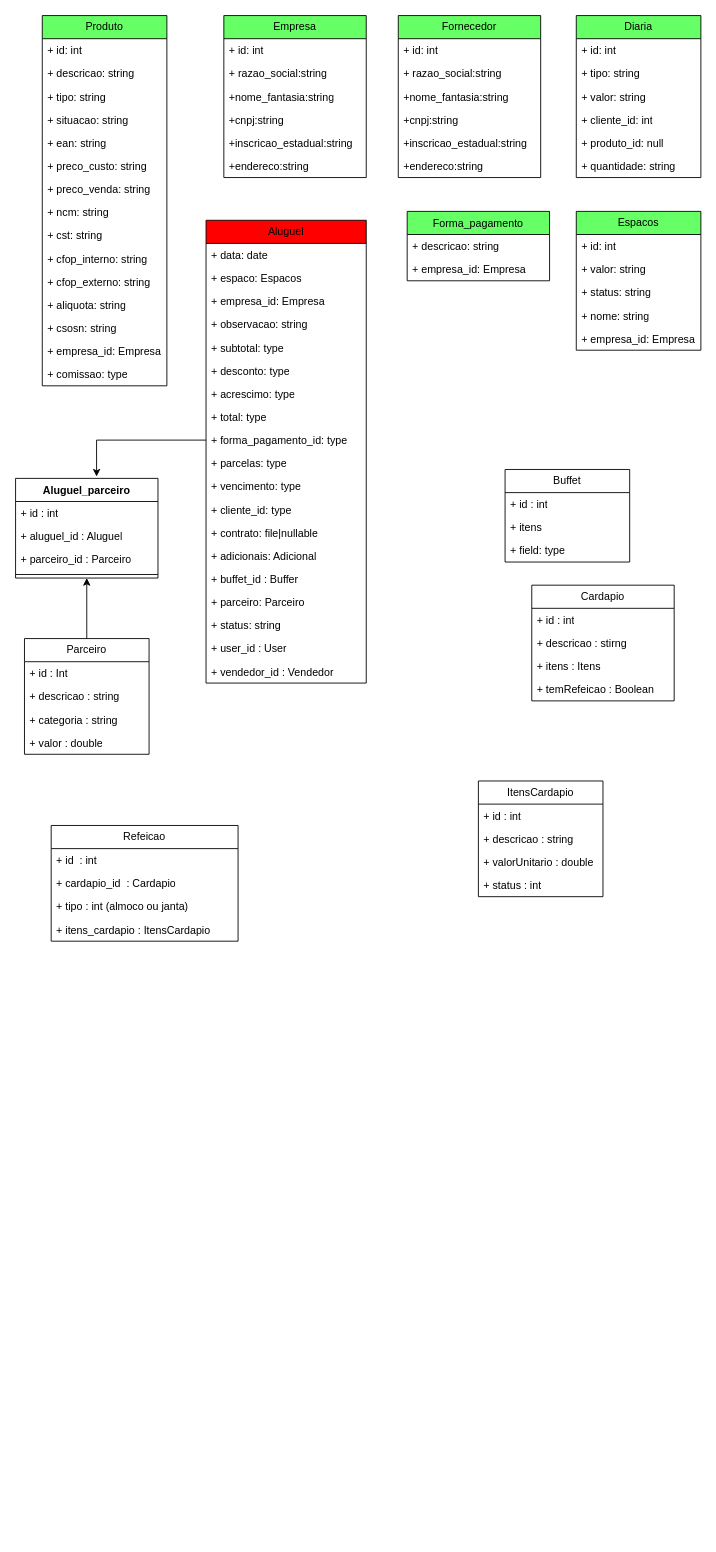
Before: page "Lago" (3 of 6) of Tabelas.drawio in FSOFTSistemas/lago_sao_francisco, a draw.io diagram. Source tidied: cells renumbered, new cells numbered last; positions are measured from the earlier drawing's top-left corner, leaving out a move shared by most shapes. Both pictures are drawn from the tidied source at 89%, with x=0, y=0 at pixel (15, 15).
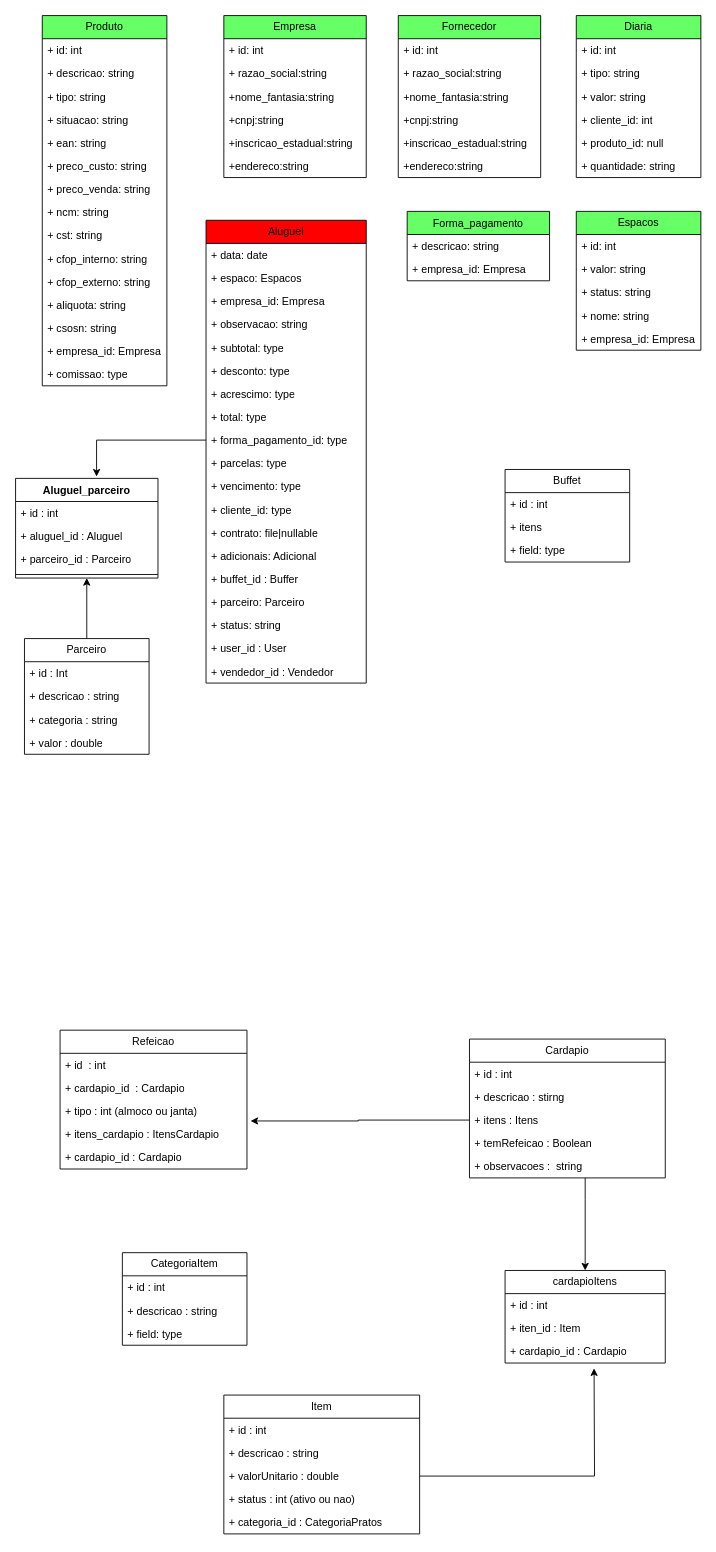
Above is the later version.

The change refers to these unchanged cells:
```xml
<mxCell id="93" value="+ itens_cardapio : ItensCardapio" style="text;strokeColor=none;fillColor=none;align=left;verticalAlign=top;spacingLeft=4;spacingRight=4;overflow=hidden;points=[[0,0.5],[1,0.5]];portConstraint=eastwest;whiteSpace=wrap;html=1;" parent="89" vertex="1">
  <mxGeometry y="104" width="210" height="26" as="geometry" />
</mxCell>
```

Diff of the diagram source:
```diff
@@
     <mxCell id="80" value="Cardapio" style="swimlane;fontStyle=0;horizontal=1;startSize=26;fillColor=none;whiteSpace=wrap;html=1;" parent="1" vertex="1">
-      <mxGeometry x="580" y="640" width="160" height="130" as="geometry" />
+      <mxGeometry x="510" y="1150" width="220" height="156" as="geometry" />
     </mxCell>
     <mxCell id="81" value="+ id : int" style="text;strokeColor=none;fillColor=none;align=left;verticalAlign=top;spacingLeft=4;spacingRight=4;overflow=hidden;whiteSpace=wrap;html=1;" parent="80" vertex="1">
-      <mxGeometry y="26" width="160" height="26" as="geometry" />
+      <mxGeometry y="26" width="220" height="26" as="geometry" />
     </mxCell>
     <mxCell id="82" value="+ descricao : stirng" style="text;strokeColor=none;fillColor=none;align=left;verticalAlign=top;spacingLeft=4;spacingRight=4;overflow=hidden;whiteSpace=wrap;html=1;" parent="80" vertex="1">
-      <mxGeometry y="52" width="160" height="26" as="geometry" />
+      <mxGeometry y="52" width="220" height="26" as="geometry" />
     </mxCell>
     <mxCell id="83" value="+ itens : Itens" style="text;strokeColor=none;fillColor=none;align=left;verticalAlign=top;spacingLeft=4;spacingRight=4;overflow=hidden;points=[[0,0.5],[1,0.5]];portConstraint=eastwest;whiteSpace=wrap;html=1;" parent="80" vertex="1">
-      <mxGeometry y="78" width="160" height="26" as="geometry" />
+      <mxGeometry y="78" width="220" height="26" as="geometry" />
     </mxCell>
     <mxCell id="84" value="+ temRefeicao : Boolean" style="text;strokeColor=none;fillColor=none;align=left;verticalAlign=top;spacingLeft=4;spacingRight=4;overflow=hidden;whiteSpace=wrap;html=1;" parent="80" vertex="1">
-      <mxGeometry y="104" width="160" height="26" as="geometry" />
+      <mxGeometry y="104" width="220" height="26" as="geometry" />
     </mxCell>
+    <mxCell id="99" value="+ observacoes :&amp;nbsp; string" style="text;strokeColor=none;fillColor=none;align=left;verticalAlign=top;spacingLeft=4;spacingRight=4;overflow=hidden;points=[[0,0.5],[1,0.5]];portConstraint=eastwest;whiteSpace=wrap;html=1;" parent="80" vertex="1">
+      <mxGeometry y="130" width="220" height="26" as="geometry" />
+    </mxCell>
@@
     <mxCell id="89" value="Refeicao" style="swimlane;fontStyle=0;horizontal=1;startSize=26;fillColor=none;whiteSpace=wrap;html=1;" parent="1" vertex="1">
-      <mxGeometry x="40" y="910" width="210" height="130" as="geometry" />
+      <mxGeometry x="50" y="1140" width="210" height="156" as="geometry" />
     </mxCell>
@@
+    <mxCell id="100" value="+ cardapio_id : Cardapio" style="text;strokeColor=none;fillColor=none;align=left;verticalAlign=top;spacingLeft=4;spacingRight=4;overflow=hidden;whiteSpace=wrap;html=1;" parent="89" vertex="1">
+      <mxGeometry y="130" width="210" height="26" as="geometry" />
+    </mxCell>
-    <mxCell id="94" value="ItensCardapio" style="swimlane;fontStyle=0;horizontal=1;startSize=26;fillColor=none;whiteSpace=wrap;html=1;" parent="1" vertex="1">
-      <mxGeometry x="520" y="860" width="140" height="130" as="geometry" />
+    <mxCell id="94" value="Item" style="swimlane;fontStyle=0;horizontal=1;startSize=26;fillColor=none;whiteSpace=wrap;html=1;" parent="1" vertex="1">
+      <mxGeometry x="234" y="1550" width="220" height="156" as="geometry" />
     </mxCell>
     <mxCell id="95" value="+ id : int" style="text;strokeColor=none;fillColor=none;align=left;verticalAlign=top;spacingLeft=4;spacingRight=4;overflow=hidden;whiteSpace=wrap;html=1;" parent="94" vertex="1">
-      <mxGeometry y="26" width="140" height="26" as="geometry" />
+      <mxGeometry y="26" width="220" height="26" as="geometry" />
     </mxCell>
     <mxCell id="96" value="+ descricao : string" style="text;strokeColor=none;fillColor=none;align=left;verticalAlign=top;spacingLeft=4;spacingRight=4;overflow=hidden;whiteSpace=wrap;html=1;" parent="94" vertex="1">
-      <mxGeometry y="52" width="140" height="26" as="geometry" />
+      <mxGeometry y="52" width="220" height="26" as="geometry" />
     </mxCell>
+    <mxCell id="101" style="edgeStyle=orthogonalEdgeStyle;rounded=0;jettySize=auto;html=1;" parent="94" edge="1" source="97">
+      <mxGeometry relative="1" as="geometry">
+        <mxPoint x="416" y="-30" as="targetPoint" />
+      </mxGeometry>
+    </mxCell>
     <mxCell id="97" value="+ valorUnitario : double" style="text;strokeColor=none;fillColor=none;align=left;verticalAlign=top;spacingLeft=4;spacingRight=4;overflow=hidden;points=[[0,0.5],[1,0.5]];portConstraint=eastwest;whiteSpace=wrap;html=1;" parent="94" vertex="1">
-      <mxGeometry y="78" width="140" height="26" as="geometry" />
+      <mxGeometry y="78" width="220" height="26" as="geometry" />
     </mxCell>
-    <mxCell id="98" value="+ status : int" style="text;strokeColor=none;fillColor=none;align=left;verticalAlign=top;spacingLeft=4;spacingRight=4;overflow=hidden;whiteSpace=wrap;html=1;" parent="94" vertex="1">
-      <mxGeometry y="104" width="140" height="26" as="geometry" />
+    <mxCell id="98" value="+ status : int (ativo ou nao)" style="text;strokeColor=none;fillColor=none;align=left;verticalAlign=top;spacingLeft=4;spacingRight=4;overflow=hidden;whiteSpace=wrap;html=1;" parent="94" vertex="1">
+      <mxGeometry y="104" width="220" height="26" as="geometry" />
     </mxCell>
+    <mxCell id="102" value="+ categoria_id : CategoriaPratos" style="text;strokeColor=none;fillColor=none;align=left;verticalAlign=top;spacingLeft=4;spacingRight=4;overflow=hidden;whiteSpace=wrap;html=1;" parent="94" vertex="1">
+      <mxGeometry y="130" width="220" height="26" as="geometry" />
+    </mxCell>
+    <mxCell id="103" value="cardapioItens" style="swimlane;fontStyle=0;horizontal=1;startSize=26;fillColor=none;whiteSpace=wrap;html=1;" parent="1" vertex="1">
+      <mxGeometry x="550" y="1410" width="180" height="104" as="geometry" />
+    </mxCell>
+    <mxCell id="104" value="+ id : int" style="text;strokeColor=none;fillColor=none;align=left;verticalAlign=top;spacingLeft=4;spacingRight=4;overflow=hidden;whiteSpace=wrap;html=1;" parent="103" vertex="1">
+      <mxGeometry y="26" width="180" height="26" as="geometry" />
+    </mxCell>
+    <mxCell id="105" value="+ iten_id : Item" style="text;strokeColor=none;fillColor=none;align=left;verticalAlign=top;spacingLeft=4;spacingRight=4;overflow=hidden;whiteSpace=wrap;html=1;" parent="103" vertex="1">
+      <mxGeometry y="52" width="180" height="26" as="geometry" />
+    </mxCell>
+    <mxCell id="106" value="+ cardapio_id : Cardapio" style="text;strokeColor=none;fillColor=none;align=left;verticalAlign=top;spacingLeft=4;spacingRight=4;overflow=hidden;whiteSpace=wrap;html=1;" parent="103" vertex="1">
+      <mxGeometry y="78" width="180" height="26" as="geometry" />
+    </mxCell>
+    <mxCell id="107" style="edgeStyle=orthogonalEdgeStyle;rounded=0;jettySize=auto;html=1;" parent="1" edge="1" source="99" target="103">
+      <mxGeometry relative="1" as="geometry">
+        <Array as="points">
+          <mxPoint x="640" y="1330" />
+          <mxPoint x="640" y="1330" />
+        </Array>
+      </mxGeometry>
+    </mxCell>
+    <mxCell id="108" style="edgeStyle=orthogonalEdgeStyle;rounded=0;jettySize=auto;html=1;entryX=1.019;entryY=-0.077;entryDx=0;entryDy=0;entryPerimeter=0;" parent="1" edge="1" source="83" target="93">
+      <mxGeometry relative="1" as="geometry" />
+    </mxCell>
+    <mxCell id="109" value="CategoriaItem" style="swimlane;fontStyle=0;horizontal=1;startSize=26;fillColor=none;whiteSpace=wrap;html=1;" parent="1" vertex="1">
+      <mxGeometry x="120" y="1390" width="140" height="104" as="geometry" />
+    </mxCell>
+    <mxCell id="110" value="+ id : int" style="text;strokeColor=none;fillColor=none;align=left;verticalAlign=top;spacingLeft=4;spacingRight=4;overflow=hidden;whiteSpace=wrap;html=1;" parent="109" vertex="1">
+      <mxGeometry y="26" width="140" height="26" as="geometry" />
+    </mxCell>
+    <mxCell id="111" value="+ descricao : string" style="text;strokeColor=none;fillColor=none;align=left;verticalAlign=top;spacingLeft=4;spacingRight=4;overflow=hidden;whiteSpace=wrap;html=1;" parent="109" vertex="1">
+      <mxGeometry y="52" width="140" height="26" as="geometry" />
+    </mxCell>
+    <mxCell id="112" value="+ field: type" style="text;strokeColor=none;fillColor=none;align=left;verticalAlign=top;spacingLeft=4;spacingRight=4;overflow=hidden;whiteSpace=wrap;html=1;" parent="109" vertex="1">
+      <mxGeometry y="78" width="140" height="26" as="geometry" />
+    </mxCell>
```
